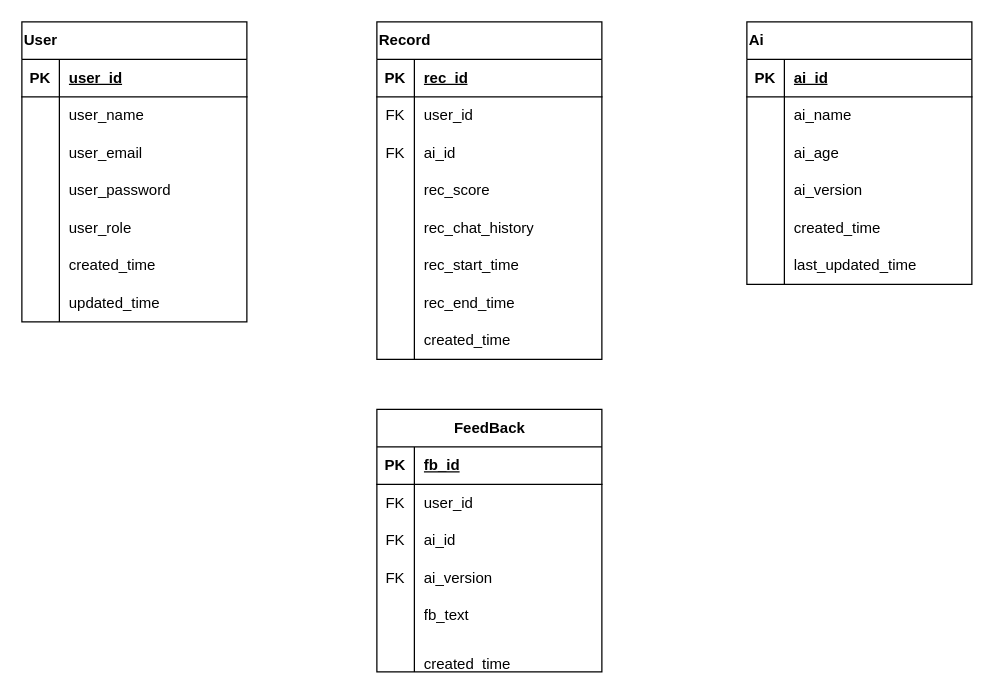
Earlier version of the draw.io diagram diagrams/db_structure.drawio (University-Bangkok-JW/cs497-project). Source tidied: cells renumbered, new cells numbered last; positions are measured from the earlier drawing's top-left corner, leaving out a move shared by most shapes. Both pictures are drawn from the tidied source at 125%, with x=0, y=0 at pixel (21, 21).
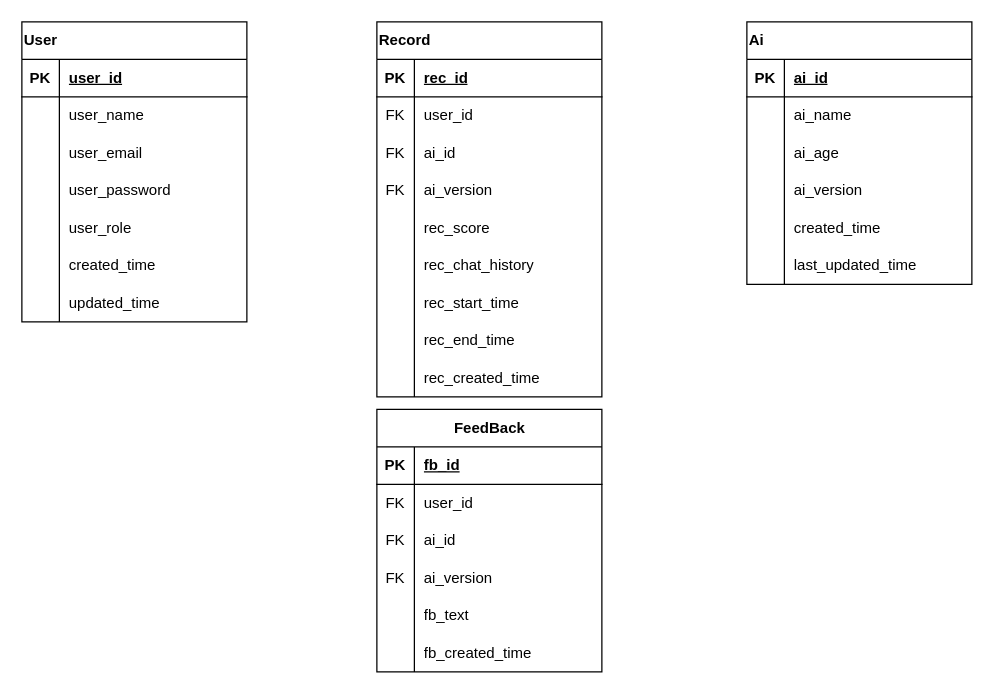
The same diagram, later.

Commit message:
Record add fk ai_version, Fix attribute name

The change refers to these unchanged cells:
```xml
<mxCell id="84" style="shape=tableRow;horizontal=0;startSize=0;swimlaneHead=0;swimlaneBody=0;fillColor=none;top=0;left=0;right=0;bottom=0;" parent="68" vertex="1">
  <mxGeometry y="180" width="180" height="30" as="geometry" />
</mxCell>
```

Change to the diagram source:
```diff
@@
     <mxCell id="24" value="Record" style="shape=table;startSize=30;childLayout=tableLayout;rowLines=0;fontStyle=1;align=left;html=1;" parent="1" vertex="1">
-      <mxGeometry x="284" width="180" height="270" as="geometry" />
+      <mxGeometry x="284" width="180" height="300" as="geometry" />
     </mxCell>
@@
+    <mxCell id="87" style="shape=tableRow;horizontal=0;startSize=0;swimlaneHead=0;swimlaneBody=0;fillColor=none;top=0;left=0;right=0;bottom=0;" parent="24" vertex="1">
+      <mxGeometry y="120" width="180" height="30" as="geometry" />
+    </mxCell>
+    <mxCell id="88" value="FK" style="shape=partialRectangle;fillColor=none;top=0;left=0;bottom=0;right=0;overflow=hidden;whiteSpace=wrap;html=1;" parent="87" vertex="1">
+      <mxGeometry width="30" height="30" as="geometry" />
+    </mxCell>
+    <mxCell id="89" value="ai_version" style="shape=partialRectangle;fillColor=none;top=0;left=0;bottom=0;right=0;align=left;spacingLeft=6;overflow=hidden;whiteSpace=wrap;html=1;" parent="87" vertex="1">
+      <mxGeometry x="30" width="150" height="30" as="geometry" />
+    </mxCell>
     <mxCell id="34" style="shape=tableRow;horizontal=0;startSize=0;swimlaneHead=0;swimlaneBody=0;fillColor=none;top=0;left=0;right=0;bottom=0;" parent="24" vertex="1">
-      <mxGeometry y="120" width="180" height="30" as="geometry" />
+      <mxGeometry y="150" width="180" height="30" as="geometry" />
     </mxCell>
@@
     <mxCell id="37" style="shape=tableRow;horizontal=0;startSize=0;swimlaneHead=0;swimlaneBody=0;fillColor=none;top=0;left=0;right=0;bottom=0;" parent="24" vertex="1">
-      <mxGeometry y="150" width="180" height="30" as="geometry" />
+      <mxGeometry y="180" width="180" height="30" as="geometry" />
     </mxCell>
@@
     <mxCell id="40" style="shape=tableRow;horizontal=0;startSize=0;swimlaneHead=0;swimlaneBody=0;fillColor=none;top=0;left=0;right=0;bottom=0;" parent="24" vertex="1">
-      <mxGeometry y="180" width="180" height="30" as="geometry" />
+      <mxGeometry y="210" width="180" height="30" as="geometry" />
     </mxCell>
@@
     <mxCell id="43" style="shape=tableRow;horizontal=0;startSize=0;swimlaneHead=0;swimlaneBody=0;fillColor=none;top=0;left=0;right=0;bottom=0;" parent="24" vertex="1">
-      <mxGeometry y="210" width="180" height="30" as="geometry" />
+      <mxGeometry y="240" width="180" height="30" as="geometry" />
     </mxCell>
@@
     <mxCell id="46" style="shape=tableRow;horizontal=0;startSize=0;swimlaneHead=0;swimlaneBody=0;fillColor=none;top=0;left=0;right=0;bottom=0;" parent="24" vertex="1">
-      <mxGeometry y="240" width="180" height="30" as="geometry" />
+      <mxGeometry y="270" width="180" height="30" as="geometry" />
     </mxCell>
@@
-    <mxCell id="48" value="created_time" style="shape=partialRectangle;fillColor=none;top=0;left=0;bottom=0;right=0;align=left;spacingLeft=6;overflow=hidden;whiteSpace=wrap;html=1;" parent="46" vertex="1">
+    <mxCell id="48" value="rec_created_time" style="shape=partialRectangle;fillColor=none;top=0;left=0;bottom=0;right=0;align=left;spacingLeft=6;overflow=hidden;whiteSpace=wrap;html=1;" parent="46" vertex="1">
       <mxGeometry x="30" width="150" height="30" as="geometry" />
     </mxCell>
@@
-    <mxCell id="86" value="&lt;div&gt;&lt;br&gt;&lt;/div&gt;created_time" style="shape=partialRectangle;fillColor=none;top=0;left=0;bottom=0;right=0;align=left;spacingLeft=6;overflow=hidden;whiteSpace=wrap;html=1;" parent="84" vertex="1">
+    <mxCell id="86" value="&lt;div&gt;&lt;span style=&quot;background-color: initial;&quot;&gt;fb_created_time&lt;/span&gt;&lt;/div&gt;" style="shape=partialRectangle;fillColor=none;top=0;left=0;bottom=0;right=0;align=left;spacingLeft=6;overflow=hidden;whiteSpace=wrap;html=1;" parent="84" vertex="1">
       <mxGeometry x="30" width="150" height="30" as="geometry" />
     </mxCell>
```
